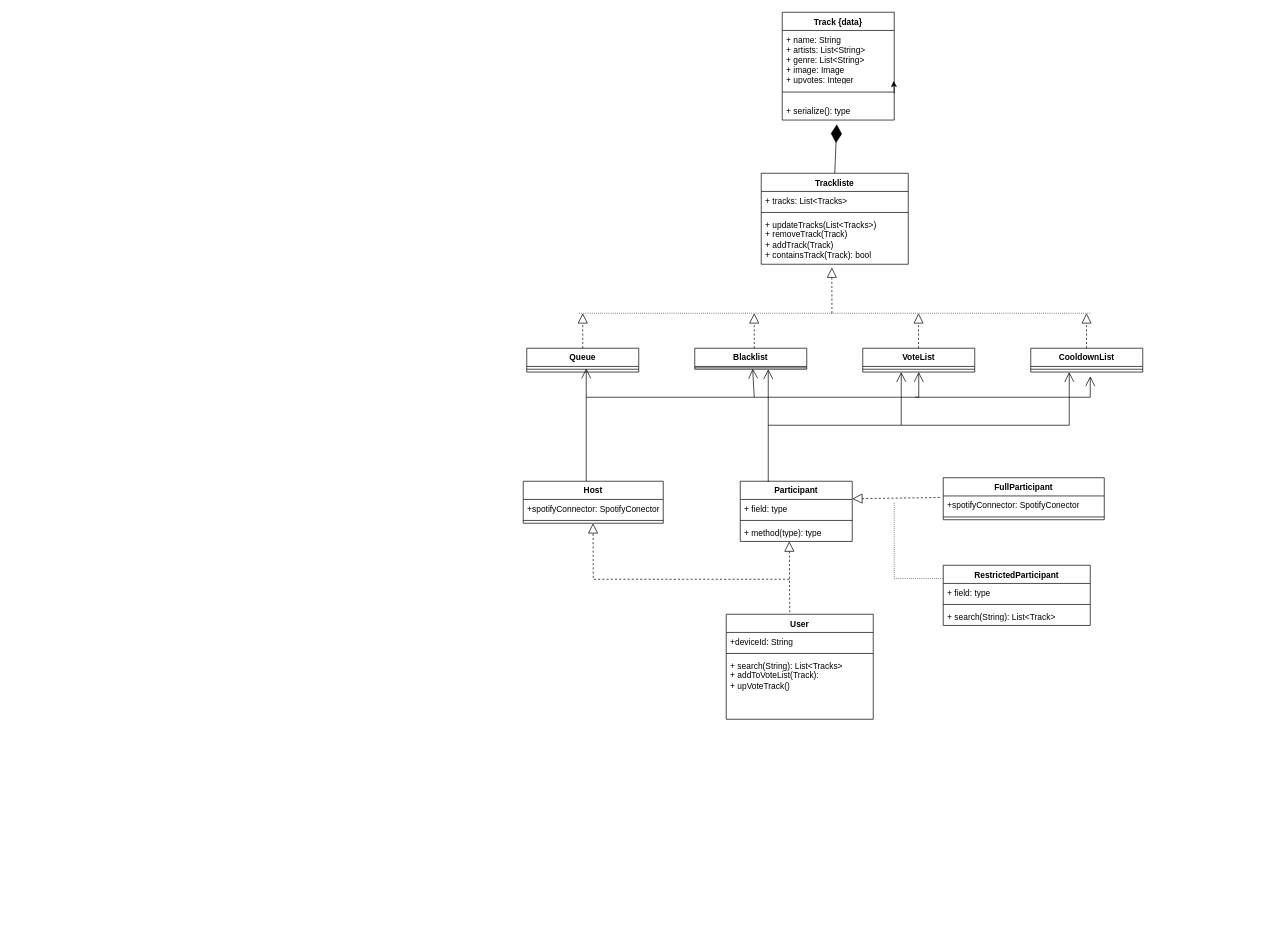
Before: Diagramme/NepTune.drawio in PaBu04/Neptune, a draw.io diagram. Source tidied: cells renumbered, new cells numbered last; positions are measured from the earlier drawing's top-left corner, leaving out a move shared by most shapes. Both pictures are drawn from the tidied source at 70%, with x=0, y=0 at pixel (523, 12).
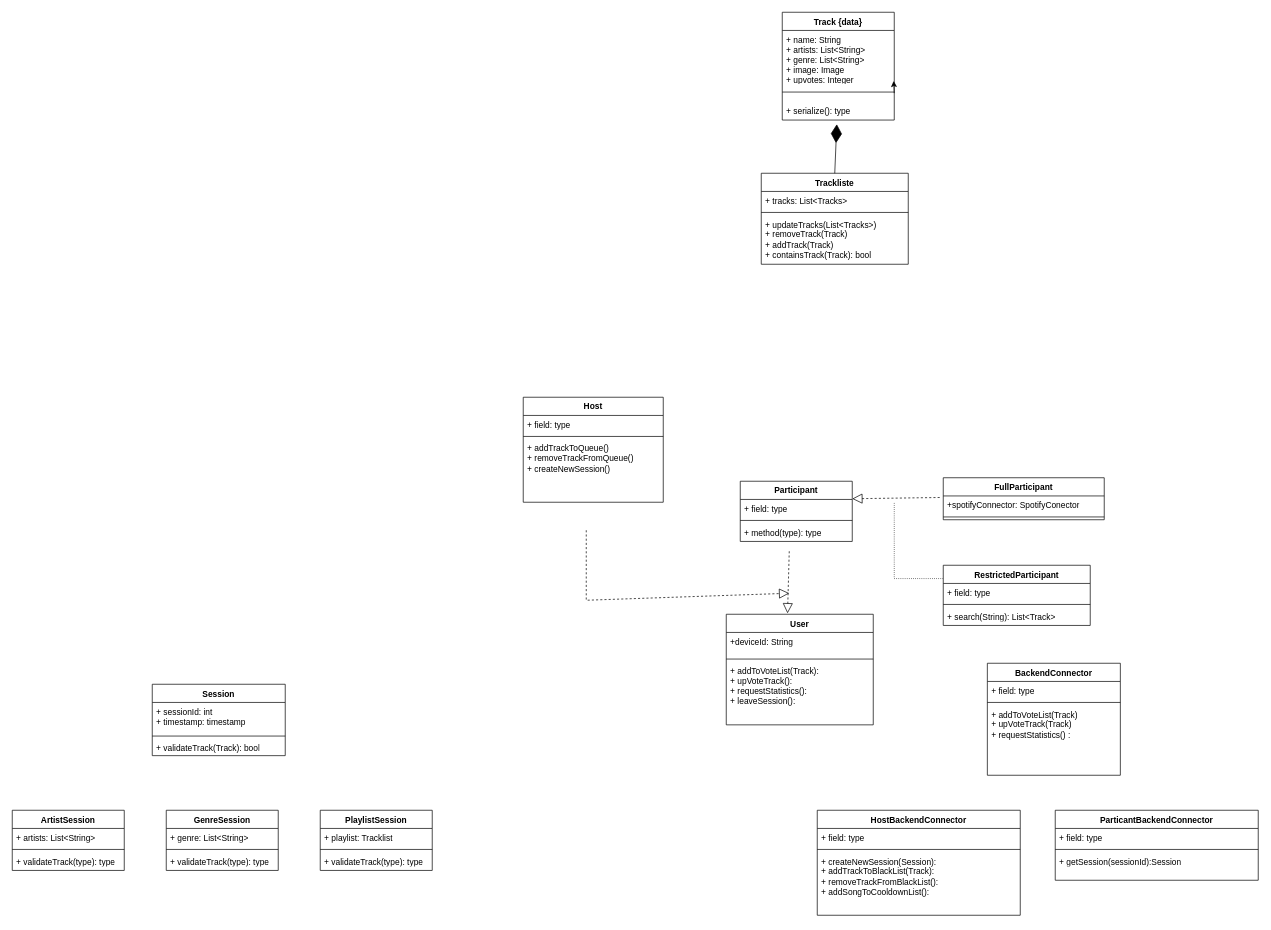
The same page after the edit.

The change refers to these unchanged cells:
```xml
<mxCell id="10" value="&lt;div&gt;+ updateTracks(List&amp;lt;Tracks&amp;gt;)&lt;/div&gt;&lt;div&gt;+ removeTrack(Track)&lt;/div&gt;&lt;div&gt;+ addTrack(Track)&lt;/div&gt;&lt;div&gt;+ containsTrack(Track): bool&lt;/div&gt;&lt;div&gt;&lt;br&gt;&lt;/div&gt;" style="text;strokeColor=none;fillColor=none;align=left;verticalAlign=top;spacingLeft=4;spacingRight=4;overflow=hidden;points=[[0,0.5],[1,0.5]];portConstraint=eastwest;whiteSpace=wrap;html=1;" parent="7" vertex="1">
  <mxGeometry y="60" width="210" height="70" as="geometry" />
</mxCell>
```

What changed in the source:
```diff
@@
-    <mxCell id="11" value="VoteList" style="swimlane;fontStyle=1;align=center;verticalAlign=top;horizontal=1;startSize=26;whiteSpace=wrap;html=1;" parent="1" vertex="1">
-      <mxGeometry x="485" y="480" width="160" height="34" as="geometry" />
-    </mxCell>
-    <mxCell id="12" style="line;strokeWidth=1;fillColor=none;align=left;verticalAlign=middle;spacingTop=-1;spacingLeft=3;spacingRight=3;labelPosition=right;strokeColor=inherit;" parent="11" vertex="1">
-      <mxGeometry y="26" width="160" height="8" as="geometry" />
-    </mxCell>
-    <mxCell id="13" value="Blacklist" style="swimlane;fontStyle=1;align=center;verticalAlign=top;horizontal=1;startSize=26;whiteSpace=wrap;html=1;" parent="1" vertex="1">
-      <mxGeometry x="245" y="480" width="160" height="30" as="geometry" />
-    </mxCell>
-    <mxCell id="14" style="line;strokeWidth=1;fillColor=none;align=left;verticalAlign=middle;spacingTop=-1;spacingLeft=3;spacingRight=3;labelPosition=right;points=[];portConstraint=eastwest;strokeColor=inherit;" parent="13" vertex="1">
-      <mxGeometry y="26" width="160" height="4" as="geometry" />
-    </mxCell>
-    <mxCell id="15" value="Queue" style="swimlane;fontStyle=1;align=center;verticalAlign=top;horizontal=1;startSize=26;whiteSpace=wrap;html=1;" parent="1" vertex="1">
-      <mxGeometry x="5" y="480" width="160" height="34" as="geometry" />
-    </mxCell>
-    <mxCell id="16" style="line;strokeWidth=1;fillColor=none;align=left;verticalAlign=middle;spacingTop=-1;spacingLeft=3;spacingRight=3;labelPosition=right;strokeColor=inherit;" parent="15" vertex="1">
-      <mxGeometry y="26" width="160" height="8" as="geometry" />
-    </mxCell>
-    <mxCell id="17" value="CooldownList" style="swimlane;fontStyle=1;align=center;verticalAlign=top;horizontal=1;startSize=26;whiteSpace=wrap;html=1;" parent="1" vertex="1">
-      <mxGeometry x="725" y="480" width="160" height="34" as="geometry" />
-    </mxCell>
-    <mxCell id="18" style="line;strokeWidth=1;fillColor=none;align=left;verticalAlign=middle;spacingTop=-1;spacingLeft=3;spacingRight=3;labelPosition=right;strokeColor=inherit;" parent="17" vertex="1">
-      <mxGeometry y="26" width="160" height="8" as="geometry" />
-    </mxCell>
@@
-    <mxCell id="20" style="endArrow=block;dashed=1;endFill=0;endSize=12;html=1;rounded=0;exitX=0.5;exitY=0;exitDx=0;exitDy=0;" parent="1" edge="1" source="15">
-      <mxGeometry relative="1" as="geometry">
-        <mxPoint x="85" y="430" as="targetPoint" />
-      </mxGeometry>
-    </mxCell>
-    <mxCell id="21" style="endArrow=block;dashed=1;endFill=0;endSize=12;html=1;rounded=0;entryX=0.48;entryY=1.067;entryDx=0;entryDy=0;entryPerimeter=0;" parent="1" edge="1" target="10">
-      <mxGeometry relative="1" as="geometry">
-        <mxPoint x="441" y="430" as="sourcePoint" />
-      </mxGeometry>
-    </mxCell>
-    <mxCell id="22" style="endArrow=none;html=1;rounded=0;dashed=1;dashPattern=1 2;" parent="1" edge="1">
-      <mxGeometry relative="1" as="geometry">
-        <mxPoint x="810" y="430" as="sourcePoint" />
-        <mxPoint x="80" y="430" as="targetPoint" />
-      </mxGeometry>
-    </mxCell>
-    <mxCell id="23" style="endArrow=block;dashed=1;endFill=0;endSize=12;html=1;rounded=0;exitX=0.5;exitY=0;exitDx=0;exitDy=0;" parent="1" edge="1">
-      <mxGeometry relative="1" as="geometry">
-        <mxPoint x="330" y="480" as="sourcePoint" />
-        <mxPoint x="330" y="430" as="targetPoint" />
-      </mxGeometry>
-    </mxCell>
-    <mxCell id="24" style="endArrow=block;dashed=1;endFill=0;endSize=12;html=1;rounded=0;exitX=0.5;exitY=0;exitDx=0;exitDy=0;" parent="1" edge="1">
-      <mxGeometry relative="1" as="geometry">
-        <mxPoint x="564.7" y="480" as="sourcePoint" />
-        <mxPoint x="564.7" y="430" as="targetPoint" />
-      </mxGeometry>
-    </mxCell>
-    <mxCell id="25" style="endArrow=block;dashed=1;endFill=0;endSize=12;html=1;rounded=0;exitX=0.5;exitY=0;exitDx=0;exitDy=0;" parent="1" edge="1">
-      <mxGeometry relative="1" as="geometry">
-        <mxPoint x="804.7" y="480" as="sourcePoint" />
-        <mxPoint x="804.7" y="430" as="targetPoint" />
-      </mxGeometry>
-    </mxCell>
-    <mxCell id="26" value="Host" style="swimlane;fontStyle=1;align=center;verticalAlign=top;horizontal=1;startSize=26;whiteSpace=wrap;html=1;" parent="1" vertex="1">
-      <mxGeometry y="670" width="200" height="60" as="geometry" />
-    </mxCell>
-    <mxCell id="27" value="+spotifyConnector: SpotifyConector" style="text;strokeColor=none;fillColor=none;align=left;verticalAlign=top;spacingLeft=4;spacingRight=4;overflow=hidden;whiteSpace=wrap;html=1;" parent="26" vertex="1">
-      <mxGeometry y="26" width="200" height="26" as="geometry" />
-    </mxCell>
-    <mxCell id="28" style="line;strokeWidth=1;fillColor=none;align=left;verticalAlign=middle;spacingTop=-1;spacingLeft=3;spacingRight=3;labelPosition=right;strokeColor=inherit;" parent="26" vertex="1">
-      <mxGeometry y="52" width="200" height="8" as="geometry" />
-    </mxCell>
@@
     <mxCell id="36" value="User" style="swimlane;fontStyle=1;align=center;verticalAlign=top;horizontal=1;startSize=26;whiteSpace=wrap;html=1;" parent="1" vertex="1">
-      <mxGeometry x="290" y="860" width="210" height="150" as="geometry" />
+      <mxGeometry x="290" y="860" width="210" height="158" as="geometry" />
     </mxCell>
     <mxCell id="37" value="+deviceId: String " style="text;strokeColor=none;fillColor=none;align=left;verticalAlign=top;spacingLeft=4;spacingRight=4;overflow=hidden;whiteSpace=wrap;html=1;" parent="36" vertex="1">
-      <mxGeometry y="26" width="210" height="26" as="geometry" />
+      <mxGeometry y="26" width="210" height="34" as="geometry" />
     </mxCell>
     <mxCell id="38" style="line;strokeWidth=1;fillColor=none;align=left;verticalAlign=middle;spacingTop=-1;spacingLeft=3;spacingRight=3;labelPosition=right;strokeColor=inherit;" parent="36" vertex="1">
-      <mxGeometry y="52" width="210" height="8" as="geometry" />
+      <mxGeometry y="60" width="210" height="8" as="geometry" />
     </mxCell>
-    <mxCell id="39" value="&lt;div&gt;+ search(String): List&amp;lt;Tracks&amp;gt;&lt;br&gt;&lt;/div&gt;&lt;div&gt;+ addToVoteList(Track):&lt;/div&gt;&lt;div&gt;+ upVoteTrack()&lt;/div&gt;&lt;div&gt;&lt;br&gt;&lt;/div&gt;&lt;div&gt;&lt;br&gt;&lt;/div&gt;" style="text;strokeColor=none;fillColor=none;align=left;verticalAlign=top;spacingLeft=4;spacingRight=4;overflow=hidden;whiteSpace=wrap;html=1;" parent="36" vertex="1">
-      <mxGeometry y="60" width="210" height="90" as="geometry" />
+    <mxCell id="39" value="&lt;div&gt;+ addToVoteList(Track):&lt;/div&gt;&lt;div&gt;+ upVoteTrack():&lt;/div&gt;&lt;div&gt;+ requestStatistics():&lt;/div&gt;+ leaveSession():&lt;br&gt;&lt;div&gt;&lt;br&gt;&lt;/div&gt;&lt;div&gt;&lt;br&gt;&lt;/div&gt;" style="text;strokeColor=none;fillColor=none;align=left;verticalAlign=top;spacingLeft=4;spacingRight=4;overflow=hidden;whiteSpace=wrap;html=1;" parent="36" vertex="1">
+      <mxGeometry y="68" width="210" height="90" as="geometry" />
     </mxCell>
-    <mxCell id="40" style="endArrow=open;endFill=1;endSize=12;html=1;rounded=0;fontStyle=1;" parent="1" edge="1">
-      <mxGeometry relative="1" as="geometry">
-        <mxPoint x="90" y="670" as="sourcePoint" />
-        <mxPoint x="90" y="509" as="targetPoint" />
-      </mxGeometry>
-    </mxCell>
-    <mxCell id="41" style="endArrow=open;endFill=1;endSize=12;html=1;rounded=0;entryX=0.517;entryY=0.815;entryDx=0;entryDy=0;entryPerimeter=0;" parent="1" edge="1" target="14">
-      <mxGeometry relative="1" as="geometry">
-        <mxPoint x="90" y="550" as="sourcePoint" />
-        <Array as="points">
-          <mxPoint x="330" y="550" />
-        </Array>
-      </mxGeometry>
-    </mxCell>
-    <mxCell id="42" style="endArrow=open;endFill=1;endSize=12;html=1;rounded=0;entryX=0.5;entryY=1;entryDx=0;entryDy=0;" parent="1" edge="1" target="11">
-      <mxGeometry relative="1" as="geometry">
-        <mxPoint x="330" y="550" as="sourcePoint" />
-        <Array as="points">
-          <mxPoint x="565" y="550" />
-        </Array>
-      </mxGeometry>
-    </mxCell>
-    <mxCell id="43" style="endArrow=open;endFill=1;endSize=12;html=1;rounded=0;" parent="1" edge="1">
-      <mxGeometry relative="1" as="geometry">
-        <mxPoint x="560" y="550" as="sourcePoint" />
-        <mxPoint x="810" y="520" as="targetPoint" />
-        <Array as="points">
-          <mxPoint x="810" y="550" />
-        </Array>
-      </mxGeometry>
-    </mxCell>
-    <mxCell id="44" style="endArrow=open;endFill=1;endSize=12;html=1;rounded=0;" parent="1" edge="1">
-      <mxGeometry relative="1" as="geometry">
-        <mxPoint x="350" y="671" as="sourcePoint" />
-        <mxPoint x="350" y="510" as="targetPoint" />
-      </mxGeometry>
-    </mxCell>
-    <mxCell id="45" style="endArrow=open;endFill=1;endSize=12;html=1;rounded=0;" parent="1" edge="1">
-      <mxGeometry relative="1" as="geometry">
-        <mxPoint x="350" y="590" as="sourcePoint" />
-        <mxPoint x="540" y="514" as="targetPoint" />
-        <Array as="points">
-          <mxPoint x="540" y="590" />
-        </Array>
-      </mxGeometry>
-    </mxCell>
-    <mxCell id="46" style="endArrow=open;endFill=1;endSize=12;html=1;rounded=0;" parent="1" edge="1">
-      <mxGeometry relative="1" as="geometry">
-        <mxPoint x="540" y="590" as="sourcePoint" />
-        <mxPoint x="780" y="514" as="targetPoint" />
-        <Array as="points">
-          <mxPoint x="780" y="590" />
-        </Array>
-      </mxGeometry>
-    </mxCell>
-    <mxCell id="47" style="endArrow=block;dashed=1;endFill=0;endSize=12;html=1;rounded=0;exitX=0.432;exitY=-0.019;exitDx=0;exitDy=0;exitPerimeter=0;" parent="1" edge="1" source="36">
+    <mxCell id="47" style="endArrow=block;dashed=1;endFill=0;endSize=12;html=1;rounded=0;entryX=0.417;entryY=-0.008;entryDx=0;entryDy=0;entryPerimeter=0;" parent="1" edge="1" target="36">
       <mxGeometry relative="1" as="geometry">
-        <mxPoint x="380" y="756" as="targetPoint" />
+        <mxPoint x="380" y="770" as="sourcePoint" />
       </mxGeometry>
     </mxCell>
     <mxCell id="48" style="endArrow=block;dashed=1;endFill=0;endSize=12;html=1;rounded=0;" parent="1" edge="1">
       <mxGeometry relative="1" as="geometry">
-        <mxPoint x="380" y="810" as="sourcePoint" />
-        <mxPoint x="99.7" y="730" as="targetPoint" />
+        <mxPoint x="90" y="740" as="sourcePoint" />
+        <mxPoint x="380" y="830" as="targetPoint" />
         <Array as="points">
-          <mxPoint x="100" y="810" />
+          <mxPoint x="90" y="840" />
         </Array>
       </mxGeometry>
     </mxCell>
@@
+    <mxCell id="55" value="Session" style="swimlane;fontStyle=1;align=center;verticalAlign=top;horizontal=1;startSize=26;whiteSpace=wrap;html=1;" parent="1" vertex="1">
+      <mxGeometry x="-530" y="960" width="190" height="102" as="geometry" />
+    </mxCell>
+    <mxCell id="56" value="&lt;div&gt;+ sessionId: int&lt;/div&gt;&lt;div&gt;+ timestamp: timestamp&lt;br&gt;&lt;/div&gt;" style="text;strokeColor=none;fillColor=none;align=left;verticalAlign=top;spacingLeft=4;spacingRight=4;overflow=hidden;whiteSpace=wrap;html=1;" parent="55" vertex="1">
+      <mxGeometry y="26" width="190" height="44" as="geometry" />
+    </mxCell>
+    <mxCell id="57" style="line;strokeWidth=1;fillColor=none;align=left;verticalAlign=middle;spacingTop=-1;spacingLeft=3;spacingRight=3;labelPosition=right;strokeColor=inherit;" parent="55" vertex="1">
+      <mxGeometry y="70" width="190" height="8" as="geometry" />
+    </mxCell>
+    <mxCell id="58" value="+ validateTrack(Track): bool" style="text;strokeColor=none;fillColor=none;align=left;verticalAlign=top;spacingLeft=4;spacingRight=4;overflow=hidden;whiteSpace=wrap;html=1;" parent="55" vertex="1">
+      <mxGeometry y="78" width="190" height="24" as="geometry" />
+    </mxCell>
+    <mxCell id="59" value="ArtistSession" style="swimlane;fontStyle=1;align=center;verticalAlign=top;horizontal=1;startSize=26;whiteSpace=wrap;html=1;" parent="1" vertex="1">
+      <mxGeometry x="-730" y="1140" width="160" height="86" as="geometry" />
+    </mxCell>
+    <mxCell id="60" value="+ artists: List&amp;lt;String&amp;gt;" style="text;strokeColor=none;fillColor=none;align=left;verticalAlign=top;spacingLeft=4;spacingRight=4;overflow=hidden;whiteSpace=wrap;html=1;" parent="59" vertex="1">
+      <mxGeometry y="26" width="160" height="26" as="geometry" />
+    </mxCell>
+    <mxCell id="61" style="line;strokeWidth=1;fillColor=none;align=left;verticalAlign=middle;spacingTop=-1;spacingLeft=3;spacingRight=3;labelPosition=right;strokeColor=inherit;" parent="59" vertex="1">
+      <mxGeometry y="52" width="160" height="8" as="geometry" />
+    </mxCell>
+    <mxCell id="62" value="+ validateTrack(type): type" style="text;strokeColor=none;fillColor=none;align=left;verticalAlign=top;spacingLeft=4;spacingRight=4;overflow=hidden;whiteSpace=wrap;html=1;" parent="59" vertex="1">
+      <mxGeometry y="60" width="160" height="26" as="geometry" />
+    </mxCell>
+    <mxCell id="63" value="GenreSession" style="swimlane;fontStyle=1;align=center;verticalAlign=top;horizontal=1;startSize=26;whiteSpace=wrap;html=1;" parent="1" vertex="1">
+      <mxGeometry x="-510" y="1140" width="160" height="86" as="geometry" />
+    </mxCell>
+    <mxCell id="64" value="+ genre: List&amp;lt;String&amp;gt;" style="text;strokeColor=none;fillColor=none;align=left;verticalAlign=top;spacingLeft=4;spacingRight=4;overflow=hidden;whiteSpace=wrap;html=1;" parent="63" vertex="1">
+      <mxGeometry y="26" width="160" height="26" as="geometry" />
+    </mxCell>
+    <mxCell id="65" style="line;strokeWidth=1;fillColor=none;align=left;verticalAlign=middle;spacingTop=-1;spacingLeft=3;spacingRight=3;labelPosition=right;strokeColor=inherit;" parent="63" vertex="1">
+      <mxGeometry y="52" width="160" height="8" as="geometry" />
+    </mxCell>
+    <mxCell id="66" value="+ validateTrack(type): type" style="text;strokeColor=none;fillColor=none;align=left;verticalAlign=top;spacingLeft=4;spacingRight=4;overflow=hidden;whiteSpace=wrap;html=1;" parent="63" vertex="1">
+      <mxGeometry y="60" width="160" height="26" as="geometry" />
+    </mxCell>
+    <mxCell id="67" value="PlaylistSession" style="swimlane;fontStyle=1;align=center;verticalAlign=top;horizontal=1;startSize=26;whiteSpace=wrap;html=1;" parent="1" vertex="1">
+      <mxGeometry x="-290" y="1140" width="160" height="86" as="geometry" />
+    </mxCell>
+    <mxCell id="68" value="+ playlist: Tracklist" style="text;strokeColor=none;fillColor=none;align=left;verticalAlign=top;spacingLeft=4;spacingRight=4;overflow=hidden;whiteSpace=wrap;html=1;" parent="67" vertex="1">
+      <mxGeometry y="26" width="160" height="26" as="geometry" />
+    </mxCell>
+    <mxCell id="69" style="line;strokeWidth=1;fillColor=none;align=left;verticalAlign=middle;spacingTop=-1;spacingLeft=3;spacingRight=3;labelPosition=right;strokeColor=inherit;" parent="67" vertex="1">
+      <mxGeometry y="52" width="160" height="8" as="geometry" />
+    </mxCell>
+    <mxCell id="70" value="+ validateTrack(type): type" style="text;strokeColor=none;fillColor=none;align=left;verticalAlign=top;spacingLeft=4;spacingRight=4;overflow=hidden;whiteSpace=wrap;html=1;" parent="67" vertex="1">
+      <mxGeometry y="60" width="160" height="26" as="geometry" />
+    </mxCell>
+    <mxCell id="71" value="BackendConnector" style="swimlane;fontStyle=1;align=center;verticalAlign=top;horizontal=1;startSize=26;whiteSpace=wrap;html=1;" parent="1" vertex="1">
+      <mxGeometry x="663" y="930" width="190" height="160" as="geometry" />
+    </mxCell>
+    <mxCell id="72" value="+ field: type" style="text;strokeColor=none;fillColor=none;align=left;verticalAlign=top;spacingLeft=4;spacingRight=4;overflow=hidden;whiteSpace=wrap;html=1;" parent="71" vertex="1">
+      <mxGeometry y="26" width="190" height="26" as="geometry" />
+    </mxCell>
+    <mxCell id="73" style="line;strokeWidth=1;fillColor=none;align=left;verticalAlign=middle;spacingTop=-1;spacingLeft=3;spacingRight=3;labelPosition=right;strokeColor=inherit;" parent="71" vertex="1">
+      <mxGeometry y="52" width="190" height="8" as="geometry" />
+    </mxCell>
+    <mxCell id="74" value="&lt;div&gt;+ addToVoteList(Track)&lt;/div&gt;&lt;div&gt;+ upVoteTrack(Track)&lt;br&gt;&lt;/div&gt;&lt;div&gt;+ requestStatistics() :&lt;br&gt;&lt;/div&gt;" style="text;strokeColor=none;fillColor=none;align=left;verticalAlign=top;spacingLeft=4;spacingRight=4;overflow=hidden;whiteSpace=wrap;html=1;" parent="71" vertex="1">
+      <mxGeometry y="60" width="190" height="100" as="geometry" />
+    </mxCell>
+    <mxCell id="26" value="Host" style="swimlane;fontStyle=1;align=center;verticalAlign=top;horizontal=1;startSize=26;whiteSpace=wrap;html=1;" parent="1" vertex="1">
+      <mxGeometry y="550" width="200" height="150" as="geometry" />
+    </mxCell>
+    <mxCell id="75" value="+ field: type" style="text;strokeColor=none;fillColor=none;align=left;verticalAlign=top;spacingLeft=4;spacingRight=4;overflow=hidden;whiteSpace=wrap;html=1;" parent="26" vertex="1">
+      <mxGeometry y="26" width="200" height="26" as="geometry" />
+    </mxCell>
+    <mxCell id="28" style="line;strokeWidth=1;fillColor=none;align=left;verticalAlign=middle;spacingTop=-1;spacingLeft=3;spacingRight=3;labelPosition=right;strokeColor=inherit;" parent="26" vertex="1">
+      <mxGeometry y="52" width="200" height="8" as="geometry" />
+    </mxCell>
+    <mxCell id="76" value="&lt;div&gt;+ addTrackToQueue()&lt;/div&gt;&lt;div&gt;+ removeTrackFromQueue()&lt;br&gt;&lt;/div&gt;&lt;div&gt;+ createNewSession()&lt;/div&gt;&lt;div&gt;&lt;br&gt;&lt;/div&gt;" style="text;strokeColor=none;fillColor=none;align=left;verticalAlign=top;spacingLeft=4;spacingRight=4;overflow=hidden;whiteSpace=wrap;html=1;" parent="26" vertex="1">
+      <mxGeometry y="60" width="200" height="90" as="geometry" />
+    </mxCell>
+    <mxCell id="77" value="HostBackendConnector" style="swimlane;fontStyle=1;align=center;verticalAlign=top;horizontal=1;startSize=26;whiteSpace=wrap;html=1;" parent="1" vertex="1">
+      <mxGeometry x="420" y="1140" width="290" height="150" as="geometry" />
+    </mxCell>
+    <mxCell id="78" value="+ field: type" style="text;strokeColor=none;fillColor=none;align=left;verticalAlign=top;spacingLeft=4;spacingRight=4;overflow=hidden;whiteSpace=wrap;html=1;" parent="77" vertex="1">
+      <mxGeometry y="26" width="290" height="26" as="geometry" />
+    </mxCell>
+    <mxCell id="79" style="line;strokeWidth=1;fillColor=none;align=left;verticalAlign=middle;spacingTop=-1;spacingLeft=3;spacingRight=3;labelPosition=right;strokeColor=inherit;" parent="77" vertex="1">
+      <mxGeometry y="52" width="290" height="8" as="geometry" />
+    </mxCell>
+    <mxCell id="80" value="&lt;div&gt;+ createNewSession(Session):&lt;/div&gt;&lt;div&gt;+ addTrackToBlackList(Track):&lt;br&gt;+ removeTrackFromBlackList():&lt;/div&gt;&lt;div&gt;+ addSongToCooldownList(): &lt;br&gt;&lt;/div&gt;" style="text;strokeColor=none;fillColor=none;align=left;verticalAlign=top;spacingLeft=4;spacingRight=4;overflow=hidden;whiteSpace=wrap;html=1;" parent="77" vertex="1">
+      <mxGeometry y="60" width="290" height="90" as="geometry" />
+    </mxCell>
+    <mxCell id="81" value="ParticantBackendConnector" style="swimlane;fontStyle=1;align=center;verticalAlign=top;horizontal=1;startSize=26;whiteSpace=wrap;html=1;" parent="1" vertex="1">
+      <mxGeometry x="760" y="1140" width="290" height="100" as="geometry" />
+    </mxCell>
+    <mxCell id="82" value="+ field: type" style="text;strokeColor=none;fillColor=none;align=left;verticalAlign=top;spacingLeft=4;spacingRight=4;overflow=hidden;whiteSpace=wrap;html=1;" parent="81" vertex="1">
+      <mxGeometry y="26" width="290" height="26" as="geometry" />
+    </mxCell>
+    <mxCell id="83" style="line;strokeWidth=1;fillColor=none;align=left;verticalAlign=middle;spacingTop=-1;spacingLeft=3;spacingRight=3;labelPosition=right;strokeColor=inherit;" parent="81" vertex="1">
+      <mxGeometry y="52" width="290" height="8" as="geometry" />
+    </mxCell>
+    <mxCell id="84" value="+ getSession(sessionId):Session" style="text;strokeColor=none;fillColor=none;align=left;verticalAlign=top;spacingLeft=4;spacingRight=4;overflow=hidden;whiteSpace=wrap;html=1;" parent="81" vertex="1">
+      <mxGeometry y="60" width="290" height="40" as="geometry" />
+    </mxCell>
```
